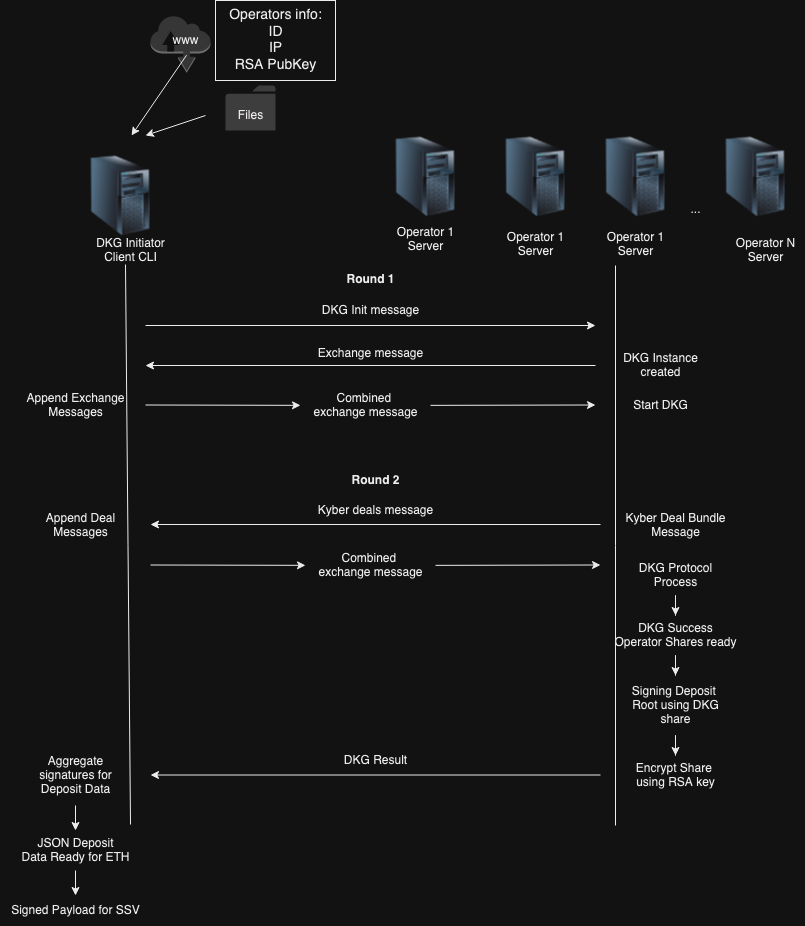
Above: imgs/DKGinit.drawio.png in ssvlabs/ssv-dkg (draw.io), before the change. Source tidied: cells renumbered, new cells last; positions are measured from the earlier drawing's top-left corner, leaving out a move shared by most shapes.
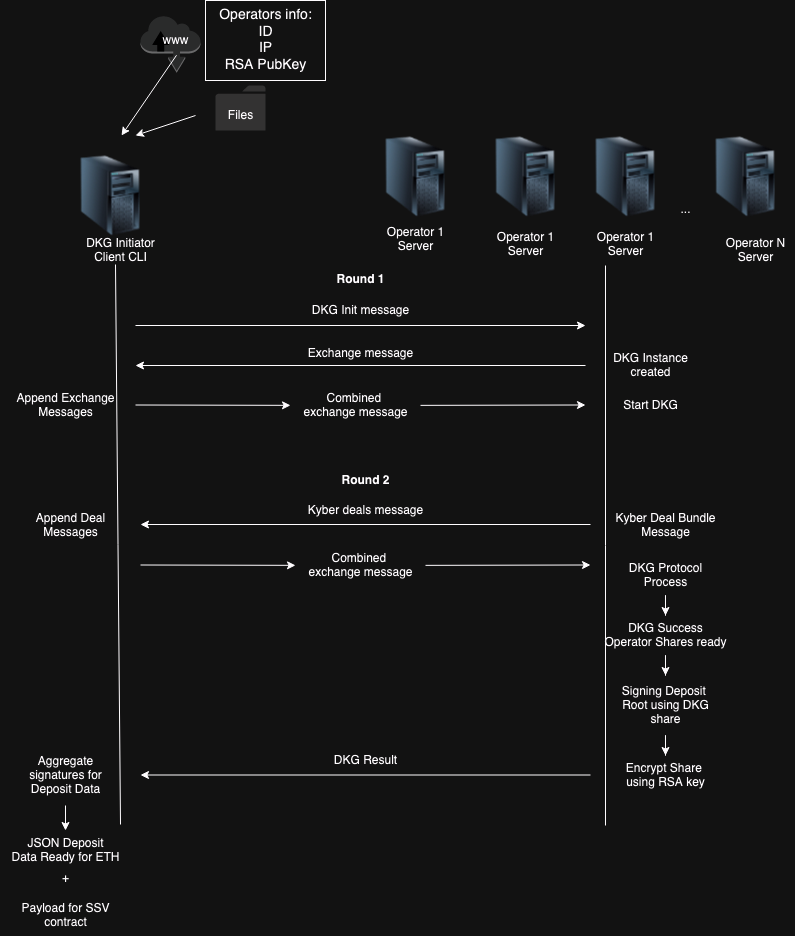
After the change.

The edit, as a diff of the source:
```diff
@@ -168,9 +168,6 @@
     <mxCell id="46" value="&lt;div&gt;DKG Success&lt;/div&gt;&lt;div&gt;Operator Shares ready&lt;br&gt; &lt;/div&gt;" style="text;html=1;align=center;verticalAlign=middle;points=[];strokeColor=none;fillColor=none;" parent="1" vertex="1">
       <mxGeometry x="600" y="615" width="150" height="40" as="geometry" />
     </mxCell>
-    <mxCell id="47" style="edgeStyle=orthogonalEdgeStyle;rounded=0;jettySize=auto;html=1;" parent="1" edge="1" source="48" target="51">
-      <mxGeometry relative="1" as="geometry" />
-    </mxCell>
     <mxCell id="48" value="&lt;div&gt;JSON Deposit&lt;/div&gt;&lt;div&gt;Data Ready for ETH&lt;br&gt;&lt;/div&gt;" style="text;html=1;align=center;verticalAlign=middle;points=[];strokeColor=none;fillColor=none;" parent="1" vertex="1">
       <mxGeometry x="10" y="830" width="130" height="40" as="geometry" />
     </mxCell>
@@ -180,8 +177,8 @@
     <mxCell id="50" value="&lt;div&gt;Signing Deposit&amp;nbsp;&lt;/div&gt;&lt;div&gt;Root using DKG&lt;/div&gt;&lt;div&gt;share&lt;br&gt;&lt;/div&gt;" style="text;html=1;align=center;verticalAlign=middle;points=[];strokeColor=none;fillColor=none;" parent="1" vertex="1">
       <mxGeometry x="620" y="675" width="110" height="60" as="geometry" />
     </mxCell>
-    <mxCell id="51" value="Signed Payload for SSV" style="text;html=1;align=center;verticalAlign=middle;points=[];strokeColor=none;fillColor=none;" parent="1" vertex="1">
-      <mxGeometry y="895" width="150" height="30" as="geometry" />
+    <mxCell id="51" value="&lt;div&gt;Payload for SSV&lt;/div&gt;&lt;div&gt;contract&lt;/div&gt;" style="text;html=1;align=center;verticalAlign=middle;points=[];strokeColor=none;fillColor=none;" parent="1" vertex="1">
+      <mxGeometry x="20" y="895" width="110" height="40" as="geometry" />
     </mxCell>
     <mxCell id="52" value="&lt;div&gt;Encrypt Share&amp;nbsp;&lt;/div&gt;&lt;div&gt;using RSA key&lt;br&gt;&lt;/div&gt;" style="text;html=1;align=center;verticalAlign=middle;points=[];strokeColor=none;fillColor=none;" parent="1" vertex="1">
       <mxGeometry x="625" y="755" width="100" height="40" as="geometry" />
@@ -192,5 +189,8 @@
     <mxCell id="54" value="&lt;div&gt;Aggregate&lt;/div&gt;&lt;div&gt;signatures for &lt;br&gt;&lt;/div&gt;&lt;div&gt;Deposit Data&lt;br&gt;&lt;/div&gt;" style="text;html=1;align=center;verticalAlign=middle;points=[];strokeColor=none;fillColor=none;" parent="1" vertex="1">
       <mxGeometry x="25" y="745" width="100" height="60" as="geometry" />
     </mxCell>
+    <mxCell id="55" value="+" style="text;html=1;align=center;verticalAlign=middle;strokeColor=none;fillColor=none;" parent="1" vertex="1">
+      <mxGeometry x="60" y="863" width="30" height="30" as="geometry" />
+    </mxCell>
   </root>
 </mxGraphModel>
```
